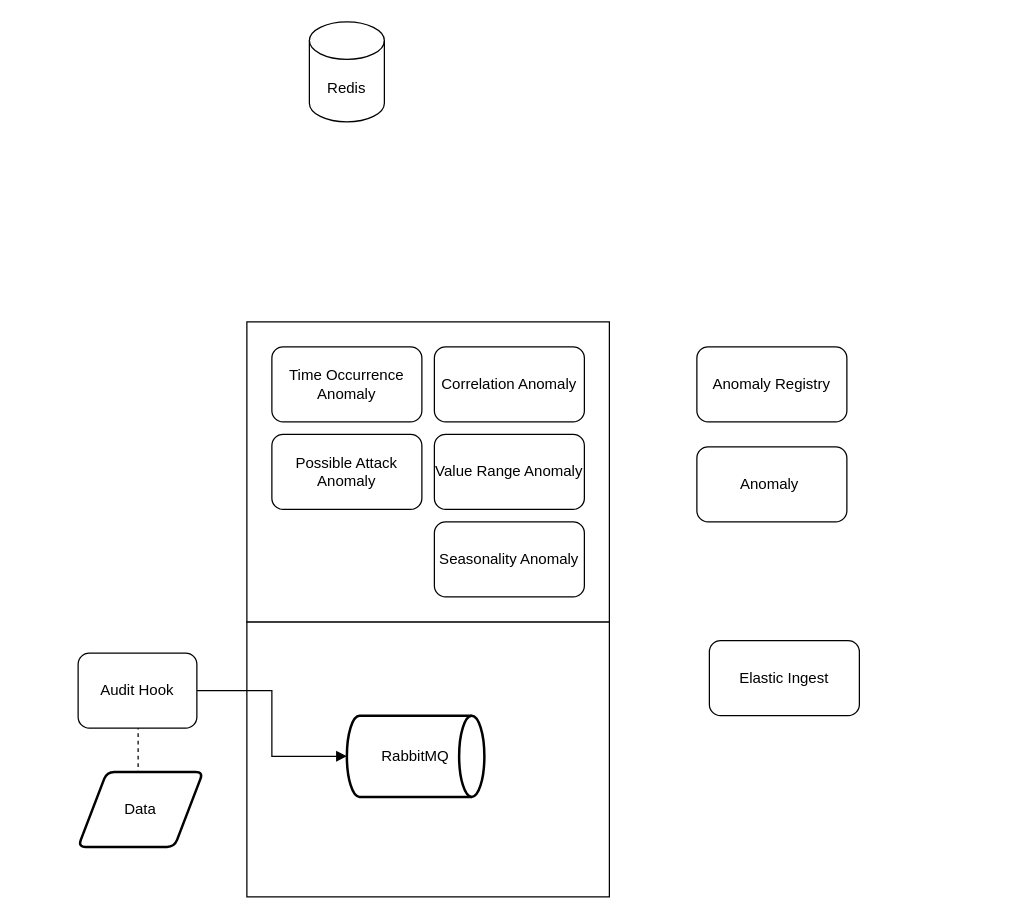
Earlier version of the draw.io diagram rabbit_connections.drawio (gullskatten/BPMN-models). Source tidied: cells renumbered, new cells numbered last; positions are measured from the earlier drawing's top-left corner, leaving out a move shared by most shapes. Both pictures are drawn from the tidied source at 125%, with x=0, y=0 at pixel (78, 21).
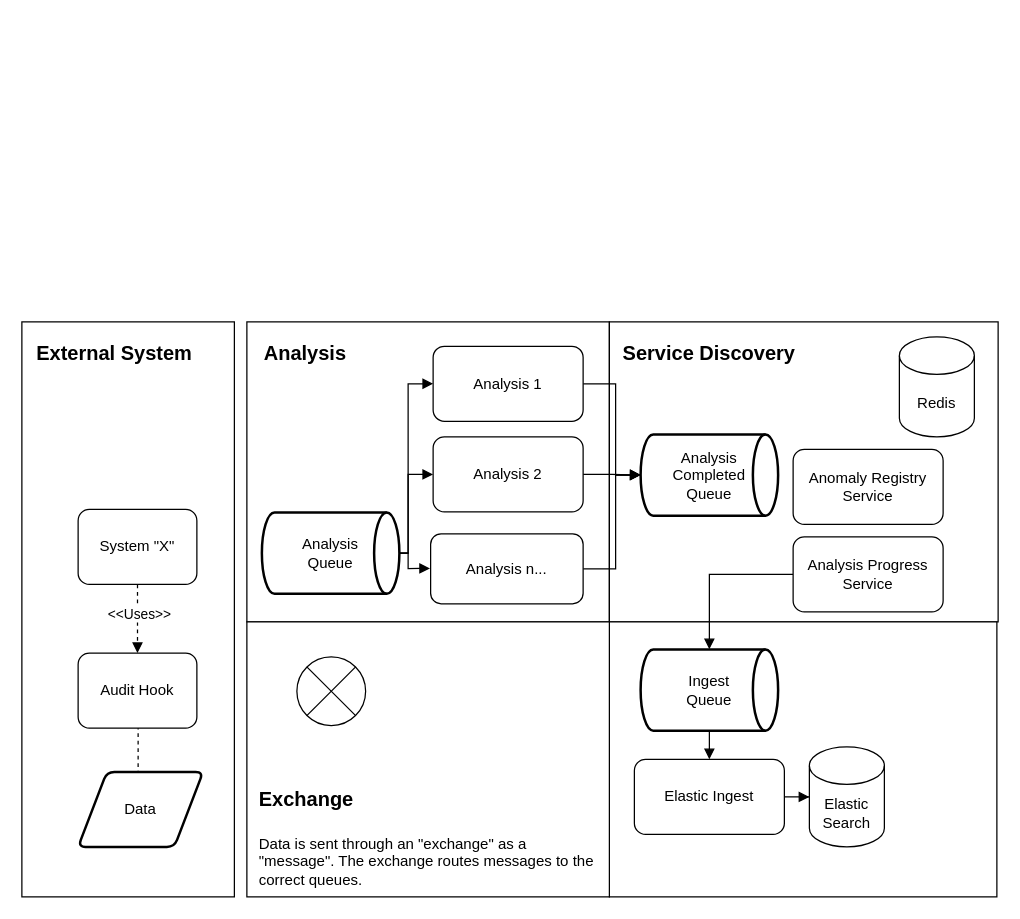
After the change.

Unchanged cells that the change refers to:
```xml
<mxCell id="13" value="Audit Hook" style="rounded=1;whiteSpace=wrap;html=1;" parent="1" vertex="1">
  <mxGeometry y="505" width="95" height="60" as="geometry" />
</mxCell>
```

Change to the diagram source:
```diff
@@
+    <mxCell id="3" style="rounded=0;whiteSpace=wrap;html=1;" parent="1" vertex="1">
+      <mxGeometry x="135" y="240" width="290" height="240" as="geometry" />
+    </mxCell>
+    <mxCell id="18" style="rounded=0;whiteSpace=wrap;html=1;" parent="1" vertex="1">
+      <mxGeometry x="425" y="240" width="311" height="240" as="geometry" />
+    </mxCell>
+    <mxCell id="19" style="rounded=0;whiteSpace=wrap;html=1;" parent="1" vertex="1">
+      <mxGeometry x="425" y="480" width="310" height="220" as="geometry" />
+    </mxCell>
+    <mxCell id="20" style="rounded=0;whiteSpace=wrap;html=1;" parent="1" vertex="1">
+      <mxGeometry x="-45" y="240" width="170" height="460" as="geometry" />
+    </mxCell>
@@
-    <mxCell id="3" style="rounded=0;whiteSpace=wrap;html=1;" parent="1" vertex="1">
-      <mxGeometry x="135" y="240" width="290" height="240" as="geometry" />
-    </mxCell>
-    <mxCell id="4" value="Seasonality Anomaly" style="rounded=1;whiteSpace=wrap;html=1;" parent="1" vertex="1">
-      <mxGeometry x="285" y="400" width="120" height="60" as="geometry" />
-    </mxCell>
+    <mxCell id="21" style="edgeStyle=orthogonalEdgeStyle;rounded=0;jettySize=auto;html=1;entryX=0;entryY=0.5;entryDx=0;entryDy=0;entryPerimeter=0;fontSize=12;endArrow=block;endFill=1;" parent="1" edge="1" source="5" target="39">
+      <mxGeometry relative="1" as="geometry">
+        <Array as="points">
+          <mxPoint x="430" y="290" />
+          <mxPoint x="430" y="363" />
+        </Array>
+      </mxGeometry>
+    </mxCell>
-    <mxCell id="5" value="Time Occurrence&lt;br&gt;Anomaly" style="rounded=1;whiteSpace=wrap;html=1;" parent="1" vertex="1">
-      <mxGeometry x="155" y="260" width="120" height="60" as="geometry" />
+    <mxCell id="5" value="Analysis 1" style="rounded=1;whiteSpace=wrap;html=1;" parent="1" vertex="1">
+      <mxGeometry x="284" y="259.5" width="120" height="60" as="geometry" />
     </mxCell>
+    <mxCell id="22" style="edgeStyle=orthogonalEdgeStyle;rounded=0;jettySize=auto;html=1;fontSize=12;endArrow=block;endFill=1;" parent="1" edge="1" source="6" target="39">
+      <mxGeometry relative="1" as="geometry" />
+    </mxCell>
-    <mxCell id="6" value="Possible Attack Anomaly" style="rounded=1;whiteSpace=wrap;html=1;" parent="1" vertex="1">
-      <mxGeometry x="155" y="330" width="120" height="60" as="geometry" />
+    <mxCell id="6" value="Analysis 2" style="rounded=1;whiteSpace=wrap;html=1;" parent="1" vertex="1">
+      <mxGeometry x="284" y="332" width="120" height="60" as="geometry" />
     </mxCell>
+    <mxCell id="23" style="edgeStyle=orthogonalEdgeStyle;rounded=0;jettySize=auto;html=1;entryX=0;entryY=0.5;entryDx=0;entryDy=0;entryPerimeter=0;fontSize=12;endArrow=block;endFill=1;" parent="1" edge="1" source="7" target="39">
+      <mxGeometry relative="1" as="geometry">
+        <Array as="points">
+          <mxPoint x="430" y="438" />
+          <mxPoint x="430" y="363" />
+        </Array>
+      </mxGeometry>
+    </mxCell>
-    <mxCell id="7" value="Value Range Anomaly" style="rounded=1;whiteSpace=wrap;html=1;" parent="1" vertex="1">
-      <mxGeometry x="285" y="330" width="120" height="60" as="geometry" />
+    <mxCell id="7" value="Analysis n..." style="rounded=1;whiteSpace=wrap;html=1;" parent="1" vertex="1">
+      <mxGeometry x="282" y="409.5" width="122" height="56" as="geometry" />
     </mxCell>
+    <mxCell id="24" style="edgeStyle=orthogonalEdgeStyle;rounded=0;jettySize=auto;html=1;fontSize=12;endArrow=block;endFill=1;" parent="1" edge="1" source="8" target="29">
+      <mxGeometry relative="1" as="geometry" />
+    </mxCell>
     <mxCell id="8" value="Elastic Ingest" style="rounded=1;whiteSpace=wrap;html=1;" parent="1" vertex="1">
-      <mxGeometry x="505" y="495" width="120" height="60" as="geometry" />
+      <mxGeometry x="445" y="590" width="120" height="60" as="geometry" />
     </mxCell>
-    <mxCell id="9" value="Correlation Anomaly" style="rounded=1;whiteSpace=wrap;html=1;" parent="1" vertex="1">
-      <mxGeometry x="285" y="260" width="120" height="60" as="geometry" />
-    </mxCell>
-    <mxCell id="10" value="Anomaly Registry" style="rounded=1;whiteSpace=wrap;html=1;" parent="1" vertex="1">
-      <mxGeometry x="495" y="260" width="120" height="60" as="geometry" />
+    <mxCell id="10" value="Anomaly Registry&lt;br&gt;Service" style="rounded=1;whiteSpace=wrap;html=1;" parent="1" vertex="1">
+      <mxGeometry x="572" y="342" width="120" height="60" as="geometry" />
     </mxCell>
     <mxCell id="11" value="Redis" style="shape=cylinder3;whiteSpace=wrap;html=1;boundedLbl=1;backgroundOutline=1;size=15;" parent="1" vertex="1">
-      <mxGeometry x="185" width="60" height="80" as="geometry" />
+      <mxGeometry x="657" y="252" width="60" height="80" as="geometry" />
     </mxCell>
-    <mxCell id="12" style="edgeStyle=orthogonalEdgeStyle;rounded=0;jettySize=auto;html=1;entryX=0;entryY=0.5;entryDx=0;entryDy=0;entryPerimeter=0;endArrow=block;endFill=1;" parent="1" edge="1" source="13" target="14">
-      <mxGeometry relative="1" as="geometry" />
-    </mxCell>
@@
-    <mxCell id="14" value="RabbitMQ" style="strokeWidth=2;html=1;shape=mxgraph.flowchart.direct_data;whiteSpace=wrap;" parent="1" vertex="1">
-      <mxGeometry x="215" y="555" width="110" height="65" as="geometry" />
-    </mxCell>
@@
+    <mxCell id="25" style="edgeStyle=orthogonalEdgeStyle;rounded=0;jettySize=auto;html=1;entryX=0.5;entryY=0;entryDx=0;entryDy=0;entryPerimeter=0;fontSize=12;endArrow=block;endFill=1;" parent="1" edge="1" source="17" target="37">
+      <mxGeometry relative="1" as="geometry" />
+    </mxCell>
-    <mxCell id="17" value="Anomaly&amp;nbsp;" style="rounded=1;whiteSpace=wrap;html=1;" parent="1" vertex="1">
-      <mxGeometry x="495" y="340" width="120" height="60" as="geometry" />
+    <mxCell id="17" value="Analysis Progress&lt;br&gt;Service" style="rounded=1;whiteSpace=wrap;html=1;" parent="1" vertex="1">
+      <mxGeometry x="572" y="412" width="120" height="60" as="geometry" />
     </mxCell>
+    <mxCell id="26" style="edgeStyle=orthogonalEdgeStyle;rounded=0;jettySize=auto;html=1;entryX=0.5;entryY=0;entryDx=0;entryDy=0;dashed=1;endArrow=block;endFill=1;" parent="1" edge="1" source="28" target="13">
+      <mxGeometry relative="1" as="geometry" />
+    </mxCell>
+    <mxCell id="27" value="&amp;lt;&amp;lt;Uses&amp;gt;&amp;gt;" style="edgeLabel;html=1;align=center;verticalAlign=middle;" parent="26" vertex="1">
+      <mxGeometry x="-0.18" y="1" relative="1" as="geometry" />
+    </mxCell>
+    <mxCell id="28" value="System &quot;X&quot;" style="rounded=1;whiteSpace=wrap;html=1;" parent="1" vertex="1">
+      <mxGeometry y="390" width="95" height="60" as="geometry" />
+    </mxCell>
+    <mxCell id="29" value="Elastic&lt;br&gt;Search" style="shape=cylinder3;whiteSpace=wrap;html=1;boundedLbl=1;backgroundOutline=1;size=15;" parent="1" vertex="1">
+      <mxGeometry x="585" y="580" width="60" height="80" as="geometry" />
+    </mxCell>
+    <mxCell id="30" style="edgeStyle=orthogonalEdgeStyle;rounded=0;jettySize=auto;html=1;entryX=-0.004;entryY=0.496;entryDx=0;entryDy=0;fontSize=12;endArrow=block;endFill=1;entryPerimeter=0;" parent="1" edge="1" target="7">
+      <mxGeometry relative="1" as="geometry">
+        <mxPoint x="255" y="425" as="sourcePoint" />
+        <Array as="points">
+          <mxPoint x="264" y="425" />
+          <mxPoint x="264" y="437" />
+        </Array>
+      </mxGeometry>
+    </mxCell>
+    <mxCell id="31" style="edgeStyle=orthogonalEdgeStyle;rounded=0;jettySize=auto;html=1;entryX=0;entryY=0.5;entryDx=0;entryDy=0;fontSize=12;endArrow=block;endFill=1;" parent="1" edge="1" source="33" target="5">
+      <mxGeometry relative="1" as="geometry">
+        <Array as="points">
+          <mxPoint x="264" y="425" />
+          <mxPoint x="264" y="290" />
+        </Array>
+      </mxGeometry>
+    </mxCell>
+    <mxCell id="32" style="edgeStyle=orthogonalEdgeStyle;rounded=0;jettySize=auto;html=1;entryX=0;entryY=0.5;entryDx=0;entryDy=0;fontSize=12;endArrow=block;endFill=1;" parent="1" edge="1" source="33" target="6">
+      <mxGeometry relative="1" as="geometry">
+        <Array as="points">
+          <mxPoint x="264" y="425" />
+          <mxPoint x="264" y="362" />
+        </Array>
+      </mxGeometry>
+    </mxCell>
+    <mxCell id="33" value="Analysis &lt;br&gt;Queue" style="strokeWidth=2;html=1;shape=mxgraph.flowchart.direct_data;whiteSpace=wrap;" parent="1" vertex="1">
+      <mxGeometry x="147" y="392.5" width="110" height="65" as="geometry" />
+    </mxCell>
+    <mxCell id="34" value="&lt;h1&gt;&lt;font style=&quot;font-size: 16px&quot;&gt;Exchange&lt;/font&gt;&lt;/h1&gt;&lt;div&gt;&lt;font style=&quot;font-size: 12px&quot;&gt;Data is sent through an &quot;exchange&quot; as a &quot;message&quot;. The exchange routes messages to the correct queues.&lt;/font&gt;&lt;/div&gt;" style="text;html=1;strokeColor=none;fillColor=none;spacing=5;spacingTop=-20;whiteSpace=wrap;overflow=hidden;rounded=0;" parent="1" vertex="1">
+      <mxGeometry x="140" y="600" width="280" height="100" as="geometry" />
+    </mxCell>
+    <mxCell id="35" style="shape=sumEllipse;perimeter=ellipsePerimeter;whiteSpace=wrap;html=1;backgroundOutline=1;fontSize=12;fillColor=#FFFFFF;" parent="1" vertex="1">
+      <mxGeometry x="175" y="508" width="55" height="55" as="geometry" />
+    </mxCell>
+    <mxCell id="36" style="edgeStyle=orthogonalEdgeStyle;rounded=0;jettySize=auto;html=1;entryX=0.5;entryY=0;entryDx=0;entryDy=0;fontSize=12;endArrow=block;endFill=1;" parent="1" edge="1" source="37" target="8">
+      <mxGeometry relative="1" as="geometry" />
+    </mxCell>
+    <mxCell id="37" value="Ingest&lt;br&gt;Queue" style="strokeWidth=2;html=1;shape=mxgraph.flowchart.direct_data;whiteSpace=wrap;" parent="1" vertex="1">
+      <mxGeometry x="450" y="502" width="110" height="65" as="geometry" />
+    </mxCell>
+    <mxCell id="38" value="&lt;font style=&quot;font-size: 16px&quot;&gt;&lt;b&gt;Service Discovery&lt;/b&gt;&lt;/font&gt;" style="text;html=1;strokeColor=none;fillColor=none;align=center;verticalAlign=middle;whiteSpace=wrap;rounded=0;fontSize=12;" parent="1" vertex="1">
+      <mxGeometry x="430" y="250" width="150" height="30" as="geometry" />
+    </mxCell>
+    <mxCell id="39" value="Analysis&lt;br&gt;Completed&lt;br&gt;Queue" style="strokeWidth=2;html=1;shape=mxgraph.flowchart.direct_data;whiteSpace=wrap;" parent="1" vertex="1">
+      <mxGeometry x="450" y="330" width="110" height="65" as="geometry" />
+    </mxCell>
+    <mxCell id="40" value="&lt;font style=&quot;font-size: 16px&quot;&gt;&lt;b&gt;Analysis&lt;/b&gt;&lt;/font&gt;" style="text;html=1;strokeColor=none;fillColor=none;align=left;verticalAlign=middle;whiteSpace=wrap;rounded=0;fontSize=12;" parent="1" vertex="1">
+      <mxGeometry x="147" y="250" width="76" height="30" as="geometry" />
+    </mxCell>
+    <mxCell id="41" value="&lt;font style=&quot;font-size: 16px&quot;&gt;&lt;b&gt;External System&lt;/b&gt;&lt;/font&gt;" style="text;html=1;strokeColor=none;fillColor=none;align=left;verticalAlign=middle;whiteSpace=wrap;rounded=0;fontSize=12;" parent="1" vertex="1">
+      <mxGeometry x="-35" y="250" width="135" height="30" as="geometry" />
+    </mxCell>
```
